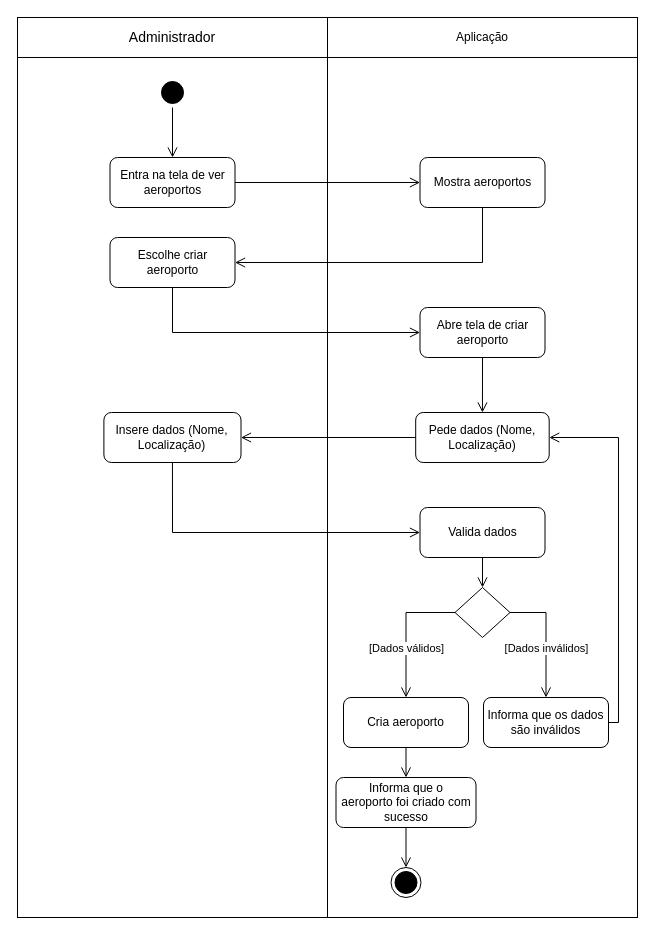
Earlier version of the draw.io diagram Diagramas/Eng_de_Software/Modelos/Atividade/Create_Aeroporto.drawio (GabrielGMori/trabalho-conclus-o-ano). Source tidied: cells renumbered, new cells numbered last; positions are measured from the earlier drawing's top-left corner, leaving out a move shared by most shapes. Both pictures are drawn from the tidied source at 100%, with x=0, y=0 at pixel (17, 17).
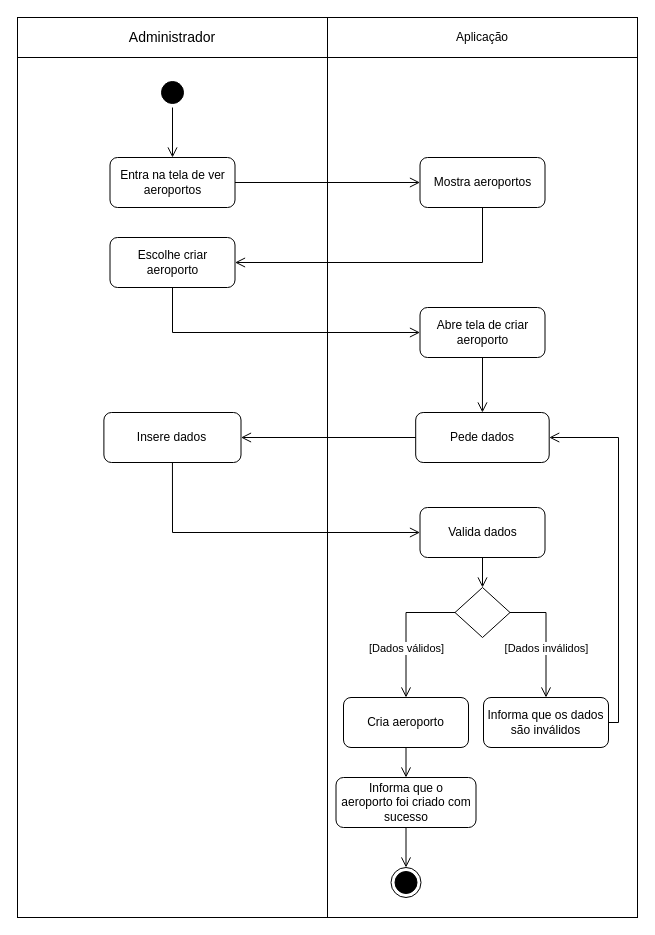
The same diagram, later.

The edit, as a diff of the source:
```diff
@@
-    <mxCell id="9" value="Pede dados (Nome, Localização)" style="rounded=1;whiteSpace=wrap;html=1;" parent="1" vertex="1">
+    <mxCell id="9" value="Pede dados" style="rounded=1;whiteSpace=wrap;html=1;" parent="1" vertex="1">
       <mxGeometry x="398.2" y="395" width="133.5" height="50" as="geometry" />
     </mxCell>
@@
-    <mxCell id="33" value="Insere dados (Nome, Localização)" style="rounded=1;whiteSpace=wrap;html=1;" parent="1" vertex="1">
+    <mxCell id="33" value="Insere dados" style="rounded=1;whiteSpace=wrap;html=1;" parent="1" vertex="1">
       <mxGeometry x="86.4" y="395" width="137.1" height="50" as="geometry" />
     </mxCell>
```
